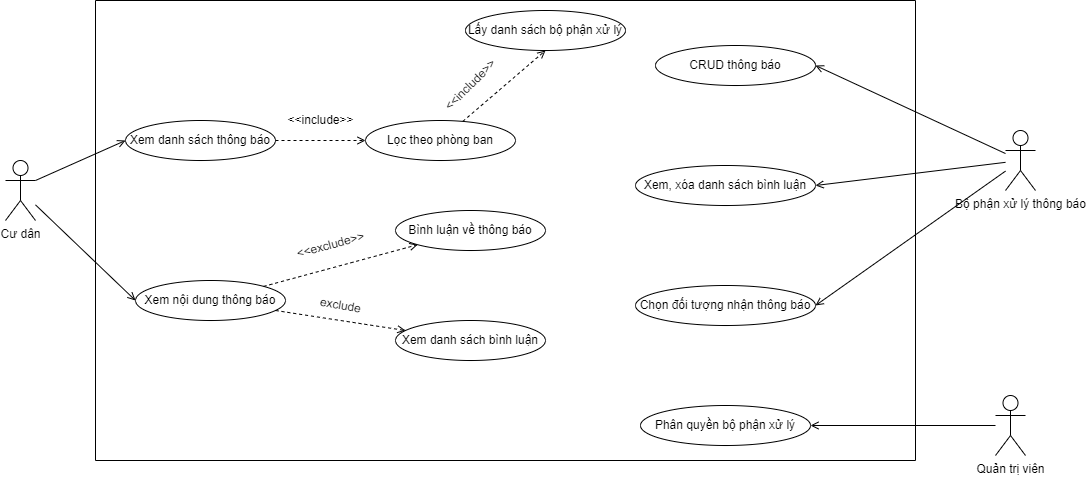
The draw.io diagram usecase diagram/Thông báo.drawio.png in kienndhn/draw-io, before a commit. Source tidied: cells renumbered, new cells last; positions are measured from the earlier drawing's top-left corner, leaving out a move shared by most shapes.
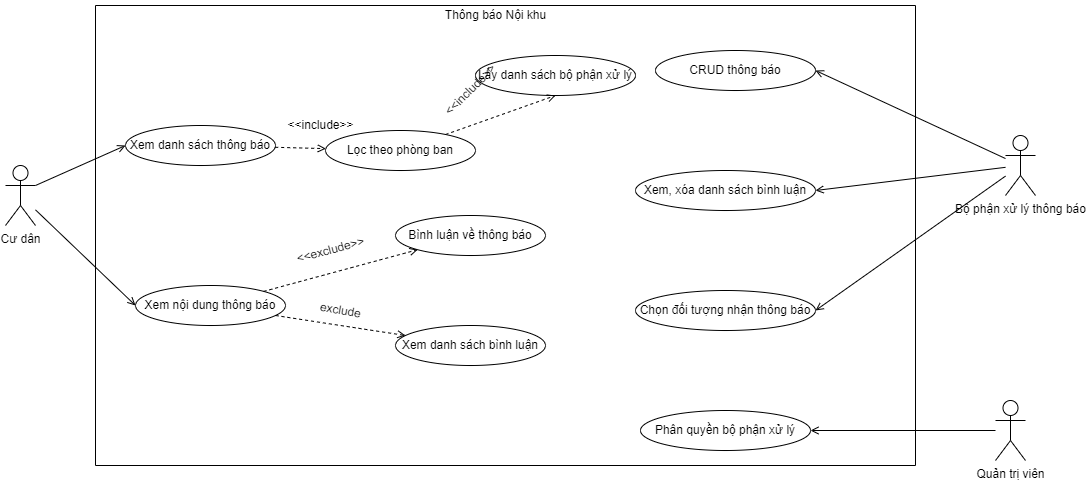
After the change.

What changed in the source:
```diff
@@ -6,7 +6,7 @@
       <mxGeometry x="90" width="820" height="460" as="geometry" />
     </mxCell>
     <mxCell id="3" value="Lấy danh sách bộ phận xử lý" style="ellipse;whiteSpace=wrap;html=1;" parent="2" vertex="1">
-      <mxGeometry x="370" y="10" width="160" height="40" as="geometry" />
+      <mxGeometry x="380" y="50" width="160" height="40" as="geometry" />
     </mxCell>
     <mxCell id="4" value="Xem danh sách thông báo" style="ellipse;whiteSpace=wrap;html=1;" parent="2" vertex="1">
       <mxGeometry x="30" y="120" width="150" height="40" as="geometry" />
@@ -27,7 +27,7 @@
       <mxGeometry relative="1" as="geometry" />
     </mxCell>
     <mxCell id="10" value="Lọc theo phòng ban" style="ellipse;whiteSpace=wrap;html=1;" parent="2" vertex="1">
-      <mxGeometry x="270" y="120" width="150" height="40" as="geometry" />
+      <mxGeometry x="230" y="125" width="150" height="40" as="geometry" />
     </mxCell>
     <mxCell id="11" style="rounded=0;jettySize=auto;html=1;dashed=1;endArrow=open;endFill=0;" parent="2" edge="1" source="4" target="10">
       <mxGeometry relative="1" as="geometry" />
@@ -86,5 +86,8 @@
     <mxCell id="29" value="Bộ phận xử lý thông báo" style="shape=umlActor;verticalLabelPosition=bottom;verticalAlign=top;html=1;outlineConnect=0;" parent="1" vertex="1">
       <mxGeometry x="1000" y="130" width="30" height="60" as="geometry" />
     </mxCell>
+    <mxCell id="30" value="Thông báo Nội khu" style="text;html=1;align=center;verticalAlign=middle;strokeColor=none;fillColor=none;" parent="1" vertex="1">
+      <mxGeometry x="430" y="-5" width="120" height="30" as="geometry" />
+    </mxCell>
   </root>
 </mxGraphModel>
```
